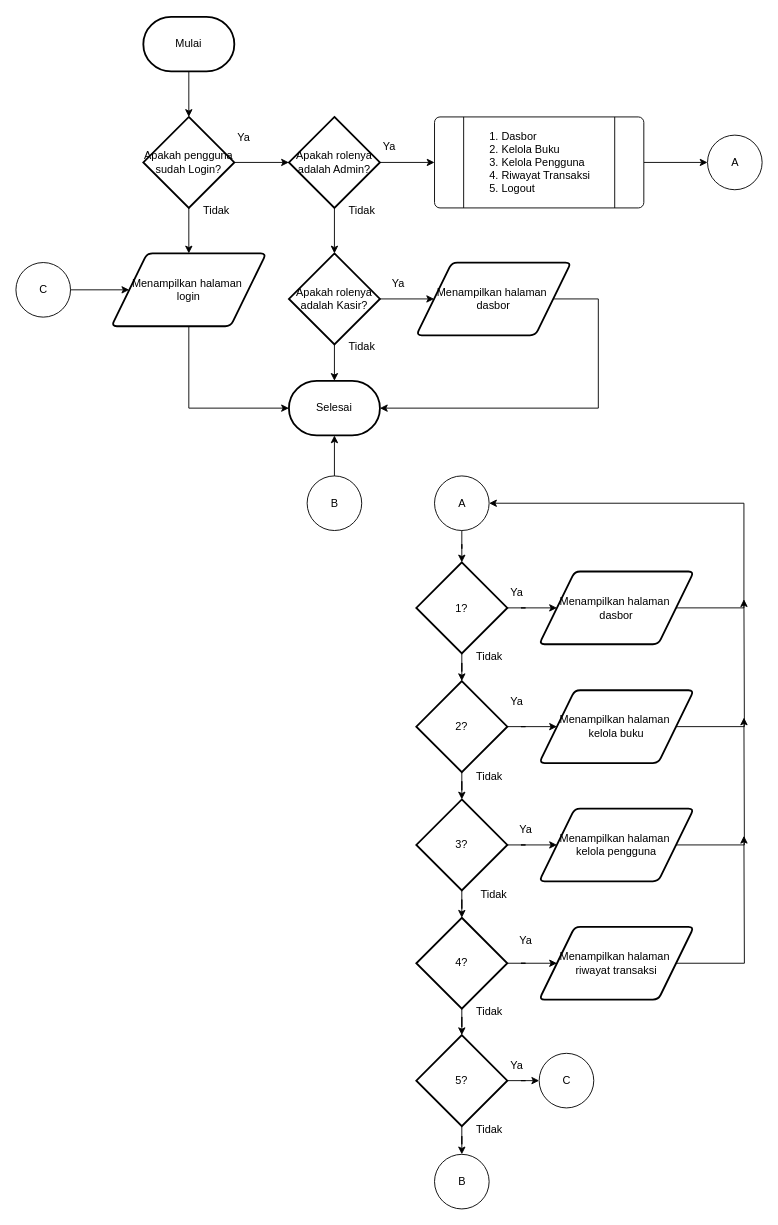
Above: Diagram Tanpa Judul.drawio in dapzz-id/DrawIO (draw.io), before the change. Source tidied: cells renumbered, new cells numbered last; positions are measured from the earlier drawing's top-left corner, leaving out a move shared by most shapes. Both pictures are drawn from the tidied source at 91%, with x=0, y=0 at pixel (15, 16).
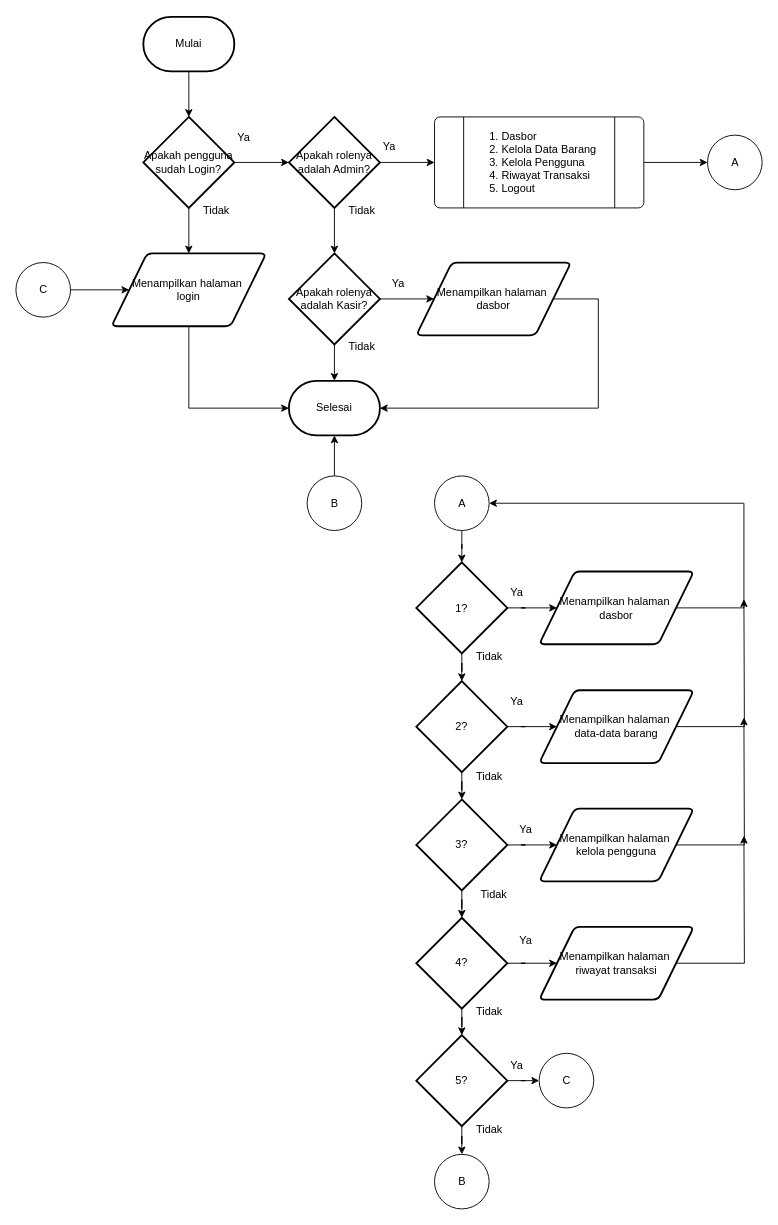
After the change.

The edit, as a diff of the source:
```diff
@@
-    <mxCell id="15" value="&lt;ol&gt;&lt;li&gt;Dasbor&lt;/li&gt;&lt;li&gt;Kelola Buku&lt;/li&gt;&lt;li&gt;Kelola Pengguna&lt;/li&gt;&lt;li&gt;Riwayat Transaksi&lt;/li&gt;&lt;li&gt;Logout&lt;/li&gt;&lt;/ol&gt;" style="verticalLabelPosition=middle;verticalAlign=middle;html=1;shape=process;whiteSpace=wrap;rounded=1;size=0.14;arcSize=6;labelPosition=center;align=left;textDirection=ltr;" parent="1" vertex="1">
+    <mxCell id="15" value="&lt;ol&gt;&lt;li&gt;Dasbor&lt;/li&gt;&lt;li&gt;Kelola Data Barang&lt;/li&gt;&lt;li&gt;Kelola Pengguna&lt;/li&gt;&lt;li&gt;Riwayat Transaksi&lt;/li&gt;&lt;li&gt;Logout&lt;/li&gt;&lt;/ol&gt;" style="verticalLabelPosition=middle;verticalAlign=middle;html=1;shape=process;whiteSpace=wrap;rounded=1;size=0.14;arcSize=6;labelPosition=center;align=left;textDirection=ltr;" parent="1" vertex="1">
       <mxGeometry x="460" y="110" width="230" height="100" as="geometry" />
     </mxCell>
@@
-    <mxCell id="31" value="Menampilkan halaman&amp;nbsp;&lt;div&gt;kelola buku&lt;/div&gt;" style="shape=parallelogram;html=1;strokeWidth=2;perimeter=parallelogramPerimeter;whiteSpace=wrap;rounded=1;arcSize=12;size=0.23;" parent="1" vertex="1">
+    <mxCell id="31" value="Menampilkan halaman&amp;nbsp;&lt;div&gt;data-data barang&lt;/div&gt;" style="shape=parallelogram;html=1;strokeWidth=2;perimeter=parallelogramPerimeter;whiteSpace=wrap;rounded=1;arcSize=12;size=0.23;" parent="1" vertex="1">
       <mxGeometry x="575" y="740" width="170" height="80" as="geometry" />
     </mxCell>
```
